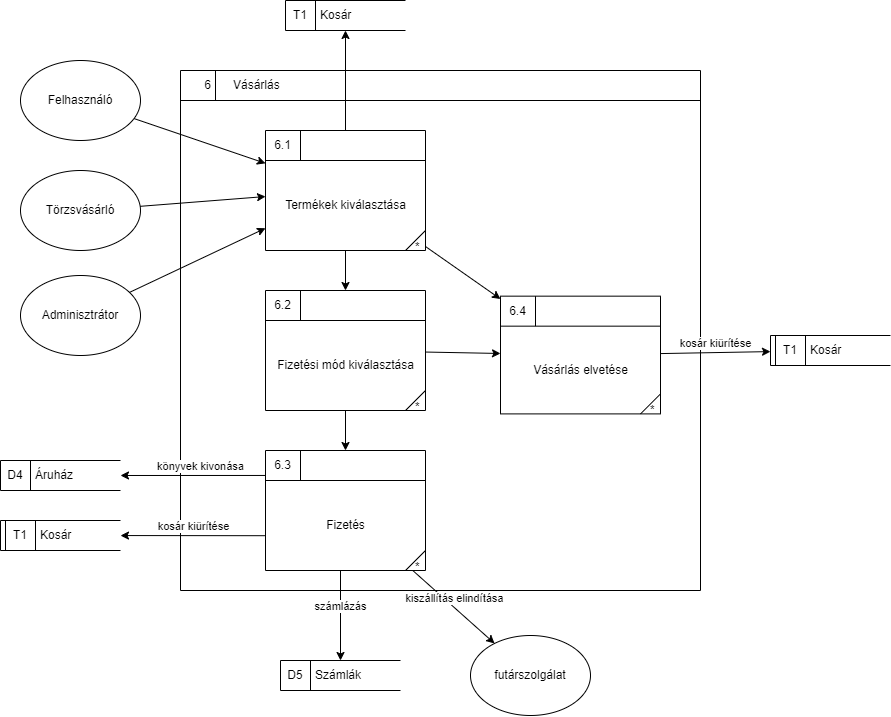
Above: docs/dfd/dfd_layer_2_purchase/dfd_layer_2_purchase.png in a-bakk/bookstore-oracle (draw.io), before the change. Source tidied: cells renumbered, new cells last; positions are measured from the earlier drawing's top-left corner, leaving out a move shared by most shapes.
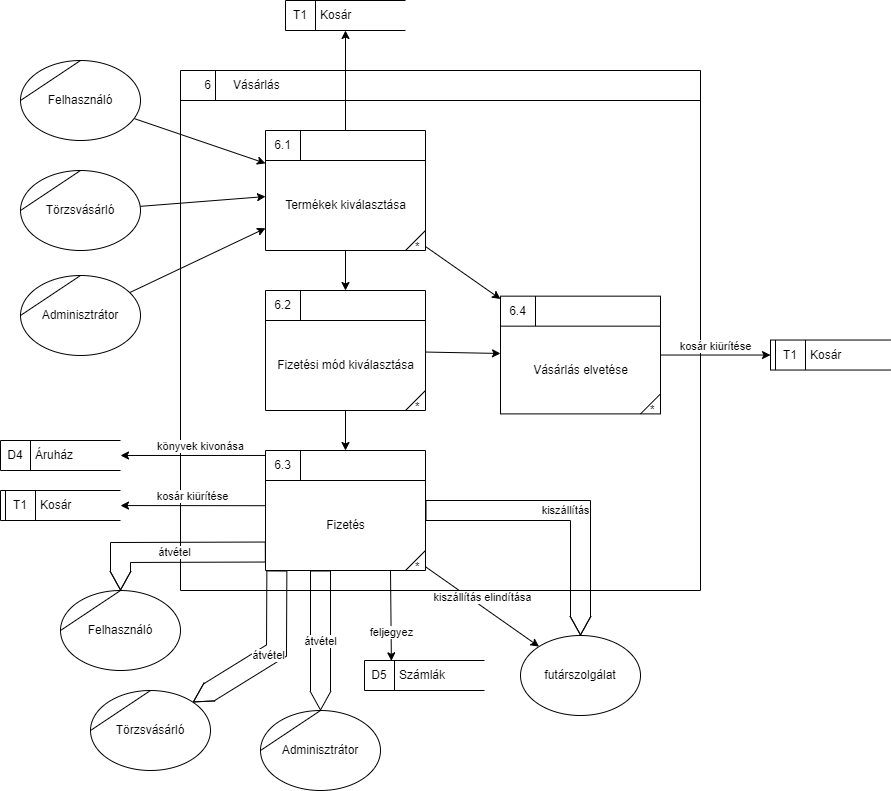
The same file after the commit.

Diff of the diagram source:
```diff
@@ -20,15 +20,6 @@
     <mxCell id="7" value="Vásárlás" style="text;html=1;strokeColor=none;fillColor=none;align=left;verticalAlign=middle;whiteSpace=wrap;rounded=0;spacingLeft=6;" parent="1" vertex="1">
       <mxGeometry x="225" y="70" width="70" height="30" as="geometry" />
     </mxCell>
-    <mxCell id="8" value="Felhasználó" style="ellipse;whiteSpace=wrap;html=1;" parent="1" vertex="1">
-      <mxGeometry x="20" y="60" width="120" height="80" as="geometry" />
-    </mxCell>
-    <mxCell id="9" value="Törzsvásárló" style="ellipse;whiteSpace=wrap;html=1;" parent="1" vertex="1">
-      <mxGeometry x="20" y="170" width="120" height="80" as="geometry" />
-    </mxCell>
-    <mxCell id="10" value="Adminisztrátor" style="ellipse;whiteSpace=wrap;html=1;" parent="1" vertex="1">
-      <mxGeometry x="20" y="275" width="120" height="80" as="geometry" />
-    </mxCell>
     <mxCell id="11" value="Termékek kiválasztása" style="html=1;dashed=0;whitespace=wrap;shape=mxgraph.dfd.process2;align=center;spacingTop=30;" parent="1" vertex="1">
       <mxGeometry x="265" y="130" width="160" height="120" as="geometry" />
     </mxCell>
@@ -72,33 +63,37 @@
       <mxGeometry relative="1" as="geometry" />
     </mxCell>
     <mxCell id="25" value="Áruház" style="html=1;dashed=0;whitespace=wrap;shape=mxgraph.dfd.dataStoreID;align=left;spacingLeft=33;" parent="1" vertex="1">
-      <mxGeometry y="460" width="120" height="30" as="geometry" />
+      <mxGeometry y="440" width="120" height="30" as="geometry" />
     </mxCell>
     <mxCell id="26" value="D4" style="text;html=1;strokeColor=none;fillColor=none;align=center;verticalAlign=middle;whiteSpace=wrap;rounded=0;" parent="25" vertex="1">
       <mxGeometry width="30" height="30" as="geometry" />
     </mxCell>
-    <mxCell id="27" value="könyvek kivonása" style="endArrow=classic;html=1;rounded=0;verticalAlign=bottom;exitX=0.003;exitY=0.208;exitDx=0;exitDy=0;exitPerimeter=0;" parent="1" edge="1" source="21" target="25">
-      <mxGeometry x="-0.09" relative="1" as="geometry" />
+    <mxCell id="27" value="könyvek kivonása" style="endArrow=classic;html=1;rounded=0;verticalAlign=bottom;exitX=0.003;exitY=0.208;exitDx=0;exitDy=0;exitPerimeter=0;" parent="1" edge="1" target="25">
+      <mxGeometry x="-0.09" relative="1" as="geometry">
+        <mxPoint x="265.5" y="455" as="sourcePoint" />
+      </mxGeometry>
     </mxCell>
     <mxCell id="28" value="Számlák" style="html=1;dashed=0;whitespace=wrap;shape=mxgraph.dfd.dataStoreID;align=left;spacingLeft=33;" parent="1" vertex="1">
-      <mxGeometry x="280" y="660" width="120" height="30" as="geometry" />
+      <mxGeometry x="364" y="660" width="120" height="30" as="geometry" />
     </mxCell>
     <mxCell id="29" value="D5" style="text;html=1;strokeColor=none;fillColor=none;align=center;verticalAlign=middle;whiteSpace=wrap;rounded=0;" parent="28" vertex="1">
       <mxGeometry width="30" height="30" as="geometry" />
     </mxCell>
-    <mxCell id="30" value="számlázás" style="endArrow=classic;html=1;rounded=0;verticalAlign=bottom;" parent="1" edge="1" target="28">
-      <mxGeometry relative="1" as="geometry">
-        <mxPoint x="340" y="570" as="sourcePoint" />
+    <mxCell id="30" value="feljegyez" style="endArrow=classic;html=1;rounded=0;verticalAlign=bottom;entryX=0.224;entryY=0.012;entryDx=0;entryDy=0;entryPerimeter=0;" parent="1" edge="1" target="28">
+      <mxGeometry x="0.56" relative="1" as="geometry">
+        <mxPoint x="390" y="570" as="sourcePoint" />
       </mxGeometry>
     </mxCell>
     <mxCell id="31" value="Kosár" style="html=1;dashed=0;whitespace=wrap;shape=mxgraph.dfd.dataStoreID2;align=left;spacingLeft=38;" parent="1" vertex="1">
-      <mxGeometry y="520" width="120" height="30" as="geometry" />
+      <mxGeometry y="490" width="120" height="30" as="geometry" />
     </mxCell>
     <mxCell id="32" value="T1" style="text;html=1;strokeColor=none;fillColor=none;align=center;verticalAlign=middle;whiteSpace=wrap;rounded=0;" parent="31" vertex="1">
       <mxGeometry x="5" width="30" height="30" as="geometry" />
     </mxCell>
-    <mxCell id="33" value="kosár kiürítése" style="endArrow=classic;html=1;rounded=0;verticalAlign=bottom;exitX=-0.004;exitY=0.71;exitDx=0;exitDy=0;exitPerimeter=0;" parent="1" edge="1" source="21" target="31">
-      <mxGeometry relative="1" as="geometry" />
+    <mxCell id="33" value="kosár kiürítése" style="endArrow=classic;html=1;rounded=0;verticalAlign=bottom;exitX=-0.004;exitY=0.71;exitDx=0;exitDy=0;exitPerimeter=0;" parent="1" edge="1" target="31">
+      <mxGeometry relative="1" as="geometry">
+        <mxPoint x="264.4" y="505.2" as="sourcePoint" />
+      </mxGeometry>
     </mxCell>
     <mxCell id="34" value="Kosár" style="html=1;dashed=0;whitespace=wrap;shape=mxgraph.dfd.dataStoreID;align=left;spacingLeft=33;" parent="1" vertex="1">
       <mxGeometry x="285" width="120" height="30" as="geometry" />
@@ -116,7 +111,7 @@
       <mxGeometry relative="1" as="geometry" />
     </mxCell>
     <mxCell id="39" value="Kosár" style="html=1;dashed=0;whitespace=wrap;shape=mxgraph.dfd.dataStoreID2;align=left;spacingLeft=38;" parent="1" vertex="1">
-      <mxGeometry x="770" y="335" width="120" height="30" as="geometry" />
+      <mxGeometry x="770" y="339.5" width="120" height="30" as="geometry" />
     </mxCell>
     <mxCell id="40" value="T1" style="text;html=1;strokeColor=none;fillColor=none;align=center;verticalAlign=middle;whiteSpace=wrap;rounded=0;" parent="39" vertex="1">
       <mxGeometry x="5" width="30" height="30" as="geometry" />
@@ -125,10 +120,102 @@
       <mxGeometry relative="1" as="geometry" />
     </mxCell>
     <mxCell id="42" value="futárszolgálat" style="ellipse;whiteSpace=wrap;html=1;" parent="1" vertex="1">
-      <mxGeometry x="470" y="635" width="120" height="80" as="geometry" />
+      <mxGeometry x="520" y="635" width="120" height="80" as="geometry" />
     </mxCell>
     <mxCell id="43" value="kiszállítás elindítása" style="endArrow=classic;html=1;rounded=0;verticalAlign=bottom;" parent="1" edge="1" source="21" target="42">
       <mxGeometry relative="1" as="geometry" />
     </mxCell>
+    <mxCell id="44" value="kiszállítás" style="shape=flexArrow;endArrow=classic;html=1;rounded=0;width=20;startWidth=0;endWidth=0;" parent="1" edge="1" source="21" target="42">
+      <mxGeometry relative="1" as="geometry">
+        <Array as="points">
+          <mxPoint x="580" y="510" />
+        </Array>
+      </mxGeometry>
+    </mxCell>
+    <mxCell id="45" style="group;" parent="1" vertex="1">
+      <mxGeometry x="20" y="60" width="120" height="80" as="geometry" />
+    </mxCell>
+    <mxCell id="8" value="Felhasználó" style="ellipse;whiteSpace=wrap;html=1;" parent="45" vertex="1">
+      <mxGeometry width="120" height="80" as="geometry" />
+    </mxCell>
+    <mxCell id="46" style="endArrow=none;html=1;rounded=0;entryX=0.5;entryY=0;entryDx=0;entryDy=0;exitX=0;exitY=0.5;exitDx=0;exitDy=0;" parent="45" edge="1" source="8" target="8">
+      <mxGeometry relative="1" as="geometry" />
+    </mxCell>
+    <mxCell id="47" style="group;" parent="1" vertex="1">
+      <mxGeometry x="20" y="170" width="120" height="80" as="geometry" />
+    </mxCell>
+    <mxCell id="9" value="Törzsvásárló" style="ellipse;whiteSpace=wrap;html=1;" parent="47" vertex="1">
+      <mxGeometry width="120" height="80" as="geometry" />
+    </mxCell>
+    <mxCell id="48" style="endArrow=none;html=1;rounded=0;entryX=0.5;entryY=0;entryDx=0;entryDy=0;exitX=0;exitY=0.5;exitDx=0;exitDy=0;" parent="47" edge="1">
+      <mxGeometry relative="1" as="geometry">
+        <mxPoint y="40" as="sourcePoint" />
+        <mxPoint x="60" as="targetPoint" />
+      </mxGeometry>
+    </mxCell>
+    <mxCell id="49" style="group;" parent="1" vertex="1">
+      <mxGeometry x="20" y="275" width="120" height="80" as="geometry" />
+    </mxCell>
+    <mxCell id="10" value="Adminisztrátor" style="ellipse;whiteSpace=wrap;html=1;" parent="49" vertex="1">
+      <mxGeometry width="120" height="80" as="geometry" />
+    </mxCell>
+    <mxCell id="50" style="endArrow=none;html=1;rounded=0;entryX=0.5;entryY=0;entryDx=0;entryDy=0;exitX=0;exitY=0.5;exitDx=0;exitDy=0;" parent="49" edge="1">
+      <mxGeometry relative="1" as="geometry">
+        <mxPoint y="40" as="sourcePoint" />
+        <mxPoint x="60" as="targetPoint" />
+      </mxGeometry>
+    </mxCell>
+    <mxCell id="51" style="group;" parent="1" vertex="1">
+      <mxGeometry x="60" y="590" width="120" height="80" as="geometry" />
+    </mxCell>
+    <mxCell id="52" value="Felhasználó" style="ellipse;whiteSpace=wrap;html=1;" parent="51" vertex="1">
+      <mxGeometry width="120" height="80" as="geometry" />
+    </mxCell>
+    <mxCell id="53" style="endArrow=none;html=1;rounded=0;entryX=0.5;entryY=0;entryDx=0;entryDy=0;exitX=0;exitY=0.5;exitDx=0;exitDy=0;" parent="51" edge="1" source="52" target="52">
+      <mxGeometry relative="1" as="geometry" />
+    </mxCell>
+    <mxCell id="54" style="group;" parent="1" vertex="1">
+      <mxGeometry x="90" y="690" width="120" height="80" as="geometry" />
+    </mxCell>
+    <mxCell id="55" value="Törzsvásárló" style="ellipse;whiteSpace=wrap;html=1;" parent="54" vertex="1">
+      <mxGeometry width="120" height="80" as="geometry" />
+    </mxCell>
+    <mxCell id="56" style="endArrow=none;html=1;rounded=0;entryX=0.5;entryY=0;entryDx=0;entryDy=0;exitX=0;exitY=0.5;exitDx=0;exitDy=0;" parent="54" edge="1">
+      <mxGeometry relative="1" as="geometry">
+        <mxPoint y="40" as="sourcePoint" />
+        <mxPoint x="60" as="targetPoint" />
+      </mxGeometry>
+    </mxCell>
+    <mxCell id="57" style="group;" parent="1" vertex="1">
+      <mxGeometry x="260" y="710" width="120" height="80" as="geometry" />
+    </mxCell>
+    <mxCell id="58" value="Adminisztrátor" style="ellipse;whiteSpace=wrap;html=1;" parent="57" vertex="1">
+      <mxGeometry width="120" height="80" as="geometry" />
+    </mxCell>
+    <mxCell id="59" style="endArrow=none;html=1;rounded=0;entryX=0.5;entryY=0;entryDx=0;entryDy=0;exitX=0;exitY=0.5;exitDx=0;exitDy=0;" parent="57" edge="1">
+      <mxGeometry relative="1" as="geometry">
+        <mxPoint y="40" as="sourcePoint" />
+        <mxPoint x="60" as="targetPoint" />
+      </mxGeometry>
+    </mxCell>
+    <mxCell id="60" value="átvétel" style="shape=flexArrow;endArrow=classic;html=1;rounded=0;width=20;startWidth=0;endWidth=0;entryX=0.5;entryY=0;entryDx=0;entryDy=0;" parent="1" edge="1" target="58">
+      <mxGeometry relative="1" as="geometry">
+        <mxPoint x="320" y="570" as="sourcePoint" />
+      </mxGeometry>
+    </mxCell>
+    <mxCell id="61" value="átvétel" style="shape=flexArrow;endArrow=classic;html=1;rounded=0;width=20;startWidth=0;endWidth=0;exitX=0.071;exitY=1;exitDx=0;exitDy=0;exitPerimeter=0;entryX=1;entryY=0;entryDx=0;entryDy=0;" parent="1" edge="1" source="21" target="55">
+      <mxGeometry relative="1" as="geometry">
+        <Array as="points">
+          <mxPoint x="276" y="650" />
+        </Array>
+      </mxGeometry>
+    </mxCell>
+    <mxCell id="62" value="átvétel" style="shape=flexArrow;endArrow=classic;html=1;rounded=0;width=20;startWidth=0;endWidth=0;exitX=0.002;exitY=0.846;exitDx=0;exitDy=0;exitPerimeter=0;entryX=0.5;entryY=0;entryDx=0;entryDy=0;" parent="1" edge="1" source="21" target="52">
+      <mxGeometry relative="1" as="geometry">
+        <Array as="points">
+          <mxPoint x="120" y="552" />
+        </Array>
+      </mxGeometry>
+    </mxCell>
   </root>
 </mxGraphModel>
```
